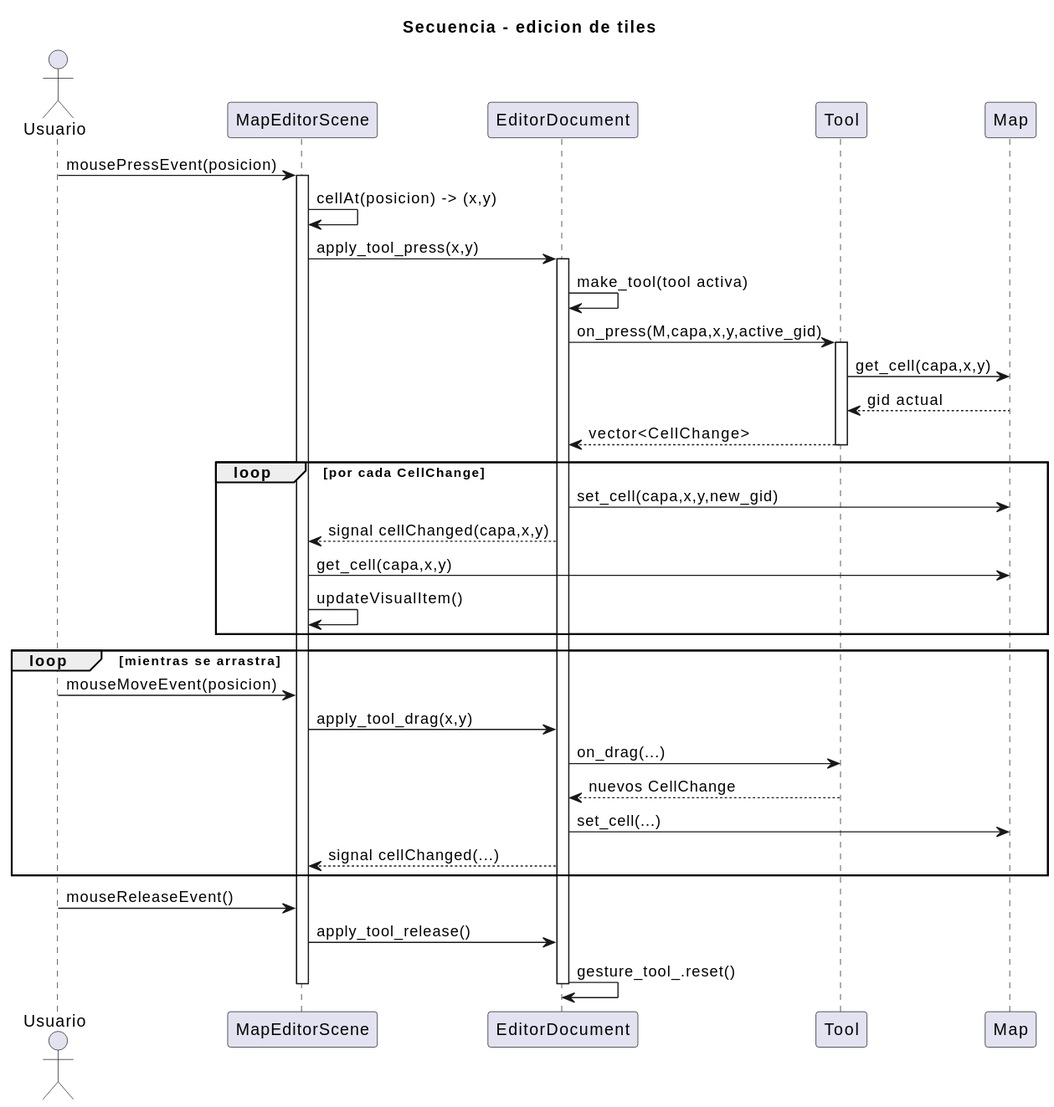
juanbalella20/Tp---final-Taller-de-programacion- keeps this PlantUML diagram as docs/diagrams /editor/4.svg. Above is the earlier version. The source it was exported from:
```plantuml
@startuml
title Secuencia - edicion de tiles


actor Usuario as U
participant MapEditorScene as S
participant EditorDocument as D
participant "Tool" as T
participant Map as M

U -> S : mousePressEvent(posicion)
activate S
S -> S : cellAt(posicion) -> (x,y)
S -> D : apply_tool_press(x,y)
activate D
D -> D : make_tool(tool activa)
D -> T : on_press(M,capa,x,y,active_gid)
activate T
T -> M : get_cell(capa,x,y)
M --> T : gid actual
T --> D : vector<CellChange>
deactivate T

loop por cada CellChange
  D -> M : set_cell(capa,x,y,new_gid)
  D --> S : signal cellChanged(capa,x,y)
  S -> M : get_cell(capa,x,y)
  S -> S : updateVisualItem()
end

loop mientras se arrastra
  U -> S : mouseMoveEvent(posicion)
  S -> D : apply_tool_drag(x,y)
  D -> T : on_drag(...)
  T --> D : nuevos CellChange
  D -> M : set_cell(...)
  D --> S : signal cellChanged(...)
end

U -> S : mouseReleaseEvent()
S -> D : apply_tool_release()
D -> D : gesture_tool_.reset()
deactivate D
deactivate S
@enduml
```
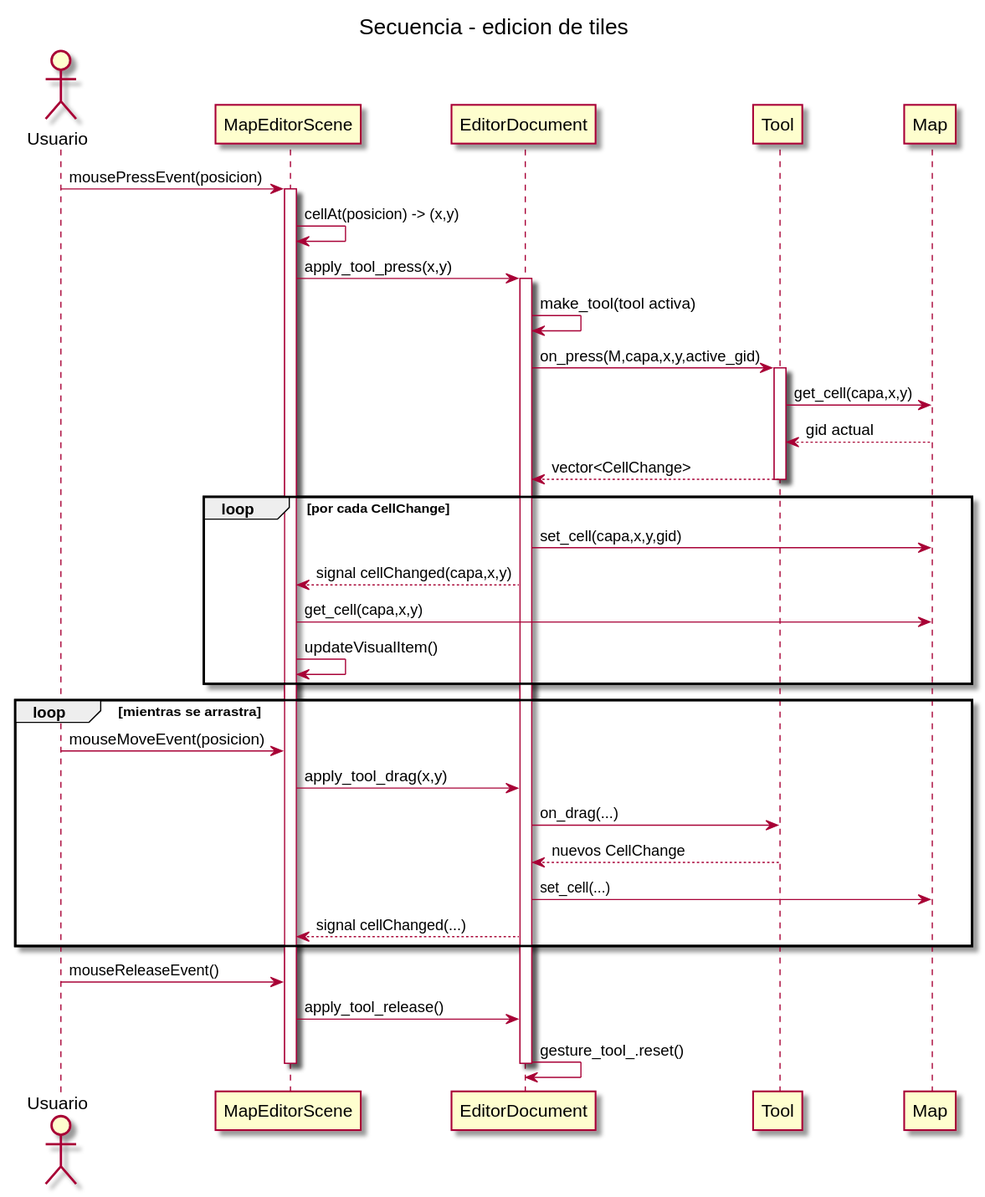
The same file after the commit.

The edit, as a diff of the source:
```diff
@@ -22,7 +22,7 @@
 deactivate T
 
 loop por cada CellChange
-  D -> M : set_cell(capa,x,y,new_gid)
+  D -> M : set_cell(capa,x,y,gid)
   D --> S : signal cellChanged(capa,x,y)
   S -> M : get_cell(capa,x,y)
   S -> S : updateVisualItem()
@@ -42,4 +42,5 @@
 D -> D : gesture_tool_.reset()
 deactivate D
 deactivate S
+
 @enduml
```
